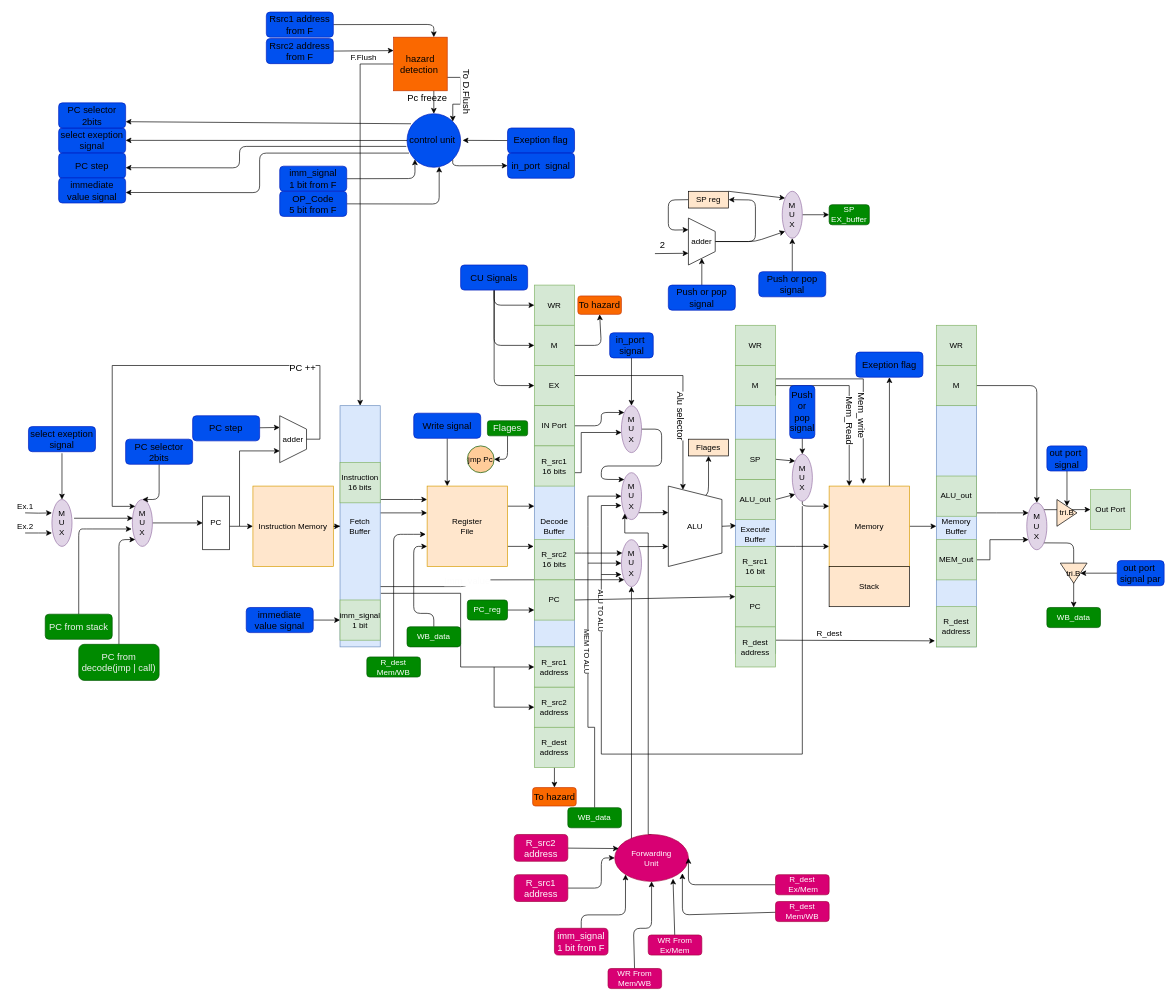
This is labeled_Schema.drawio from menna15/RISCPiP, a draw.io file, before an edit. Source tidied: cells renumbered, new cells numbered last; positions are measured from the earlier drawing's top-left corner, leaving out a move shared by most shapes. Both pictures are drawn from the tidied source at 67%, with x=0, y=0 at pixel (11, 11).
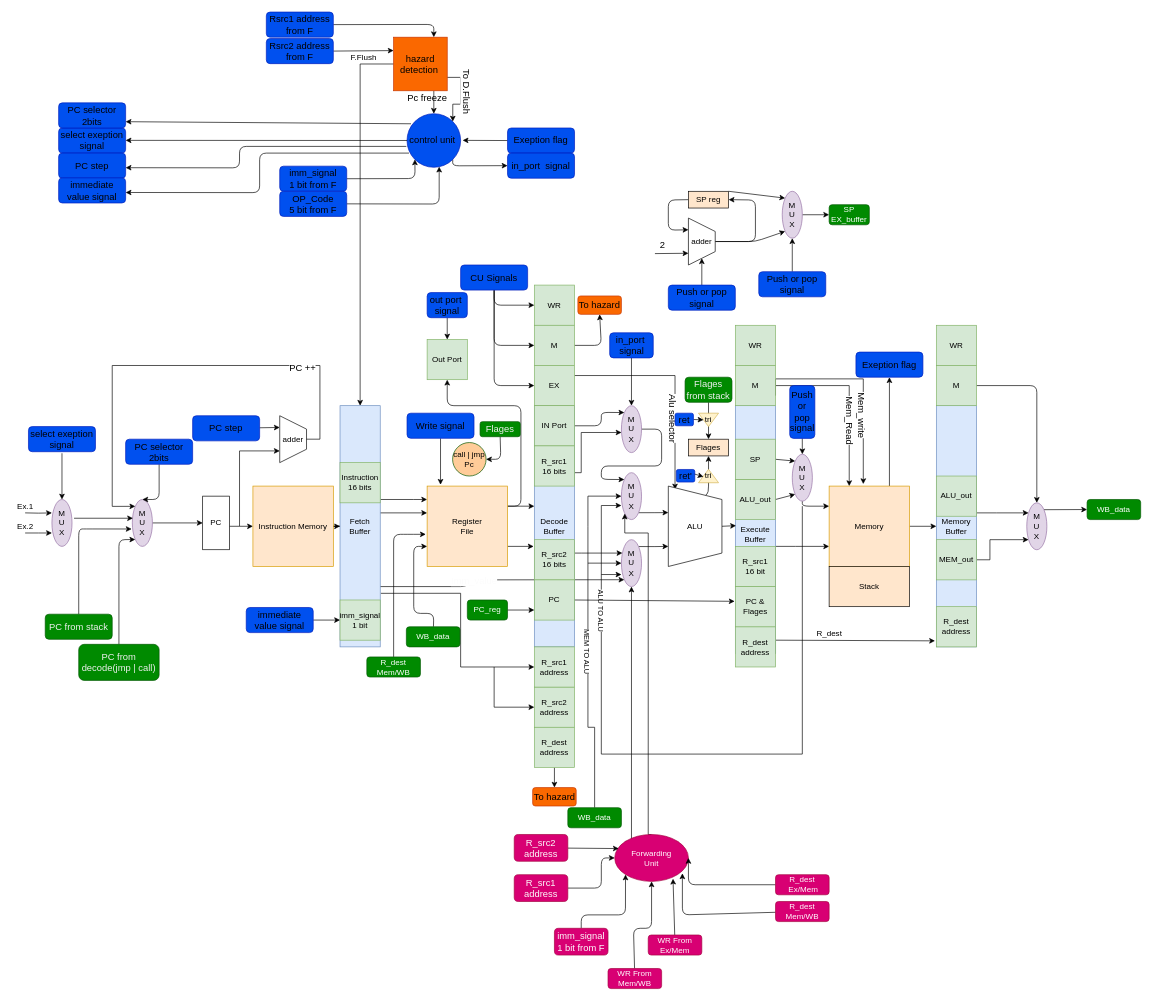
The same page after the edit.

Commit message:
still editing...

The change refers to these unchanged cells:
```xml
<mxCell id="9" style="edgeStyle=none;html=1;exitX=1;exitY=0.75;exitDx=0;exitDy=0;entryX=0;entryY=1;entryDx=0;entryDy=0;" parent="1" edge="1" source="11" target="37">
  <mxGeometry relative="1" as="geometry">
    <Array as="points">
      <mxPoint x="680" y="858" />
      <mxPoint x="680" y="848" />
    </Array>
  </mxGeometry>
</mxCell>
<mxCell id="23" value="&lt;div&gt;&lt;font color=&quot;#000000&quot;&gt;Register&lt;/font&gt;&lt;/div&gt;&lt;div&gt;&lt;font color=&quot;#000000&quot;&gt; File&lt;/font&gt;&lt;/div&gt;" style="whiteSpace=wrap;html=1;fillColor=#ffe6cc;strokeColor=#d79b00;" parent="1" vertex="1">
  <mxGeometry x="620" y="708" width="120" height="120" as="geometry" />
</mxCell>
<mxCell id="27" value="&lt;font color=&quot;#000000&quot;&gt;EX&lt;/font&gt;" style="whiteSpace=wrap;html=1;fillColor=#d5e8d4;strokeColor=#82b366;" parent="1" vertex="1">
  <mxGeometry x="780" y="528" width="60" height="60" as="geometry" />
</mxCell>
<mxCell id="33" value="ALU" style="shape=trapezoid;perimeter=trapezoidPerimeter;whiteSpace=wrap;html=1;fixedSize=1;direction=south;" parent="1" vertex="1">
  <mxGeometry x="980" y="708" width="80" height="120" as="geometry" />
</mxCell>
<mxCell id="65" value="&lt;div&gt;&lt;font color=&quot;#000000&quot;&gt;M&lt;/font&gt;&lt;/div&gt;&lt;div&gt;&lt;font color=&quot;#000000&quot;&gt;U&lt;/font&gt;&lt;/div&gt;&lt;div&gt;&lt;font color=&quot;#000000&quot;&gt;X&lt;/font&gt;&lt;/div&gt;" style="ellipse;whiteSpace=wrap;html=1;fillColor=#e1d5e7;strokeColor=#9673a6;" parent="1" vertex="1">
  <mxGeometry x="1515" y="733" width="30" height="70" as="geometry" />
</mxCell>
<mxCell id="96" value="&lt;font color=&quot;#000000&quot;&gt;Flages&lt;/font&gt;" style="rounded=0;whiteSpace=wrap;html=1;fillColor=#FFE6CC;" parent="1" vertex="1">
  <mxGeometry x="1010" y="638" width="60" height="25" as="geometry" />
</mxCell>
<mxCell id="119" value="&lt;font color=&quot;#000000&quot;&gt;PC&lt;br&gt;&lt;/font&gt;" style="whiteSpace=wrap;html=1;fillColor=#d5e8d4;strokeColor=#82b366;" parent="1" vertex="1">
  <mxGeometry x="780" y="848" width="60" height="60" as="geometry" />
</mxCell>
```

The edit, as a diff of the source:
```diff
@@
     <mxCell id="10" value="&lt;font color=&quot;#fcfcfc&quot; style=&quot;font-size: 14px&quot;&gt;Imm_value&lt;/font&gt;" style="edgeLabel;html=1;align=center;verticalAlign=middle;" parent="9" vertex="1">
       <mxGeometry x="-0.38" y="-3" relative="1" as="geometry">
-        <mxPoint x="13" y="-13" as="offset" />
+        <mxPoint x="23" y="-13" as="offset" />
       </mxGeometry>
     </mxCell>
@@
+    <mxCell id="205" style="edgeStyle=none;html=1;exitX=1;exitY=0.25;exitDx=0;exitDy=0;entryX=0.5;entryY=0;entryDx=0;entryDy=0;" parent="1" edge="1" source="23" target="134">
+      <mxGeometry relative="1" as="geometry">
+        <Array as="points">
+          <mxPoint x="760" y="738" />
+          <mxPoint x="760" y="588" />
+          <mxPoint x="650" y="588" />
+        </Array>
+      </mxGeometry>
+    </mxCell>
@@
-    <mxCell id="24" value="&lt;font color=&quot;#000000&quot;&gt;jmp Pc&lt;/font&gt;" style="ellipse;whiteSpace=wrap;html=1;strokeColor=#005700;fontColor=#ffffff;fillColor=#FFCC99;" parent="1" vertex="1">
-      <mxGeometry x="680" y="648" width="40" height="40" as="geometry" />
+    <mxCell id="24" value="&lt;font color=&quot;#000000&quot;&gt;call | jmp Pc&lt;/font&gt;" style="ellipse;whiteSpace=wrap;html=1;strokeColor=#005700;fontColor=#ffffff;fillColor=#FFCC99;" parent="1" vertex="1">
+      <mxGeometry x="658" y="643" width="50" height="50" as="geometry" />
     </mxCell>
-    <mxCell id="25" style="edgeStyle=orthogonalEdgeStyle;rounded=0;jettySize=auto;html=1;exitX=1;exitY=0.25;exitDx=0;exitDy=0;entryX=0;entryY=0.75;entryDx=0;entryDy=0;endArrow=classic;endFill=1;" parent="1" edge="1" source="27" target="33">
-      <mxGeometry relative="1" as="geometry" />
+    <mxCell id="25" style="edgeStyle=orthogonalEdgeStyle;rounded=0;jettySize=auto;html=1;exitX=1;exitY=0.25;exitDx=0;exitDy=0;endArrow=classic;endFill=1;" parent="1" edge="1" source="27">
+      <mxGeometry relative="1" as="geometry">
+        <mxPoint x="990" y="713" as="targetPoint" />
+        <Array as="points">
+          <mxPoint x="990" y="543" />
+          <mxPoint x="990" y="714" />
+        </Array>
+      </mxGeometry>
     </mxCell>
@@
-    <mxCell id="63" style="edgeStyle=none;html=1;exitX=1;exitY=1;exitDx=0;exitDy=0;entryX=0.5;entryY=0;entryDx=0;entryDy=0;" parent="1" edge="1" source="65" target="191">
-      <mxGeometry relative="1" as="geometry">
-        <Array as="points">
-          <mxPoint x="1585" y="793" />
-        </Array>
-      </mxGeometry>
-    </mxCell>
-    <mxCell id="64" style="edgeStyle=none;html=1;exitX=1;exitY=0;exitDx=0;exitDy=0;" parent="1" edge="1" source="65" target="134">
+    <mxCell id="64" style="edgeStyle=none;html=1;exitX=1;exitY=0;exitDx=0;exitDy=0;entryX=0;entryY=0.5;entryDx=0;entryDy=0;" parent="1" edge="1" source="65" target="191">
       <mxGeometry relative="1" as="geometry" />
     </mxCell>
@@
-    <mxCell id="75" style="edgeStyle=none;html=1;exitX=0.5;exitY=1;exitDx=0;exitDy=0;entryX=0.25;entryY=0;entryDx=0;entryDy=0;" parent="1" edge="1" source="152" target="23">
-      <mxGeometry relative="1" as="geometry" />
+    <mxCell id="75" style="edgeStyle=none;html=1;exitX=0.5;exitY=1;exitDx=0;exitDy=0;" parent="1" edge="1" source="152">
+      <mxGeometry relative="1" as="geometry">
+        <mxPoint x="640" y="706" as="targetPoint" />
+      </mxGeometry>
     </mxCell>
@@
-    <mxCell id="118" style="edgeStyle=none;html=1;exitX=1;exitY=0.5;exitDx=0;exitDy=0;entryX=0;entryY=0.25;entryDx=0;entryDy=0;" parent="1" edge="1" source="119" target="126">
-      <mxGeometry relative="1" as="geometry" />
+    <mxCell id="118" style="edgeStyle=none;html=1;exitX=1;exitY=0.5;exitDx=0;exitDy=0;" parent="1" edge="1" source="119">
+      <mxGeometry relative="1" as="geometry">
+        <mxPoint x="1079" y="880" as="targetPoint" />
+      </mxGeometry>
     </mxCell>
@@
-    <mxCell id="126" value="&lt;font color=&quot;#000000&quot;&gt;PC&lt;br&gt;&lt;/font&gt;" style="whiteSpace=wrap;html=1;fillColor=#d5e8d4;strokeColor=#82b366;" parent="1" vertex="1">
+    <mxCell id="126" value="&lt;font color=&quot;#000000&quot;&gt;PC &amp;amp; Flages&lt;br&gt;&lt;/font&gt;" style="whiteSpace=wrap;html=1;fillColor=#d5e8d4;strokeColor=#82b366;" parent="1" vertex="1">
       <mxGeometry x="1080" y="858" width="60" height="60" as="geometry" />
     </mxCell>
@@
     <mxCell id="134" value="&lt;font color=&quot;#000000&quot;&gt;Out Port&lt;/font&gt;" style="whiteSpace=wrap;html=1;fillColor=#d5e8d4;strokeColor=#82b366;direction=west;" parent="1" vertex="1">
-      <mxGeometry x="1610" y="713" width="60" height="60" as="geometry" />
+      <mxGeometry x="620" y="489.2" width="60" height="60" as="geometry" />
     </mxCell>
-    <mxCell id="135" value="&lt;font color=&quot;#000000&quot;&gt;tri.B&lt;/font&gt;" style="triangle;whiteSpace=wrap;html=1;fillColor=#FFE6CC;direction=south;" parent="1" vertex="1">
-      <mxGeometry x="1565" y="823" width="40" height="30" as="geometry" />
-    </mxCell>
-    <mxCell id="136" value="&lt;font color=&quot;#000000&quot;&gt;tri.B&lt;/font&gt;" style="triangle;whiteSpace=wrap;html=1;fillColor=#FFE6CC;direction=east;" parent="1" vertex="1">
-      <mxGeometry x="1560" y="728" width="30" height="40" as="geometry" />
-    </mxCell>
@@
     <mxCell id="152" value="&lt;span style=&quot;font-size: 14px&quot;&gt;&lt;font color=&quot;#000000&quot;&gt;Write signal&lt;/font&gt;&lt;/span&gt;" style="rounded=1;whiteSpace=wrap;html=1;fillColor=#0050ef;strokeColor=#001DBC;fontColor=#ffffff;" parent="1" vertex="1">
-      <mxGeometry x="600" y="599.2" width="100" height="37.5" as="geometry" />
+      <mxGeometry x="590" y="599.2" width="100" height="37.5" as="geometry" />
     </mxCell>
@@
     <mxCell id="173" style="edgeStyle=none;html=1;exitX=0.5;exitY=1;exitDx=0;exitDy=0;entryX=1;entryY=0.5;entryDx=0;entryDy=0;" parent="1" edge="1" source="174" target="24">
       <mxGeometry relative="1" as="geometry">
         <Array as="points">
-          <mxPoint x="740" y="668" />
+          <mxPoint x="730" y="668" />
         </Array>
       </mxGeometry>
     </mxCell>
     <mxCell id="174" value="&lt;span style=&quot;color: rgb(240 , 240 , 240) ; font-size: 14px&quot;&gt;Flages&lt;/span&gt;" style="rounded=1;whiteSpace=wrap;html=1;fillColor=#008a00;strokeColor=#005700;fontColor=#ffffff;" parent="1" vertex="1">
-      <mxGeometry x="710" y="610.5" width="60" height="22.5" as="geometry" />
+      <mxGeometry x="699" y="611.8" width="60" height="22.5" as="geometry" />
     </mxCell>
@@
     <mxCell id="191" value="WB_data" style="rounded=1;whiteSpace=wrap;html=1;fillColor=#008a00;strokeColor=#005700;fontColor=#ffffff;" parent="1" vertex="1">
-      <mxGeometry x="1545" y="889.2" width="80" height="30" as="geometry" />
+      <mxGeometry x="1605" y="728" width="80" height="30" as="geometry" />
     </mxCell>
-    <mxCell id="192" style="edgeStyle=none;html=1;entryX=0.5;entryY=0;entryDx=0;entryDy=0;" parent="1" edge="1" source="193" target="136">
-      <mxGeometry relative="1" as="geometry" />
-    </mxCell>
-    <mxCell id="193" value="&lt;span style=&quot;font-family: &amp;#34;helvetica&amp;#34; ; font-size: 14px&quot;&gt;&lt;font color=&quot;#000000&quot;&gt;out port&amp;nbsp; signal&lt;/font&gt;&lt;/span&gt;" style="rounded=1;whiteSpace=wrap;html=1;fillColor=#0050ef;strokeColor=#001DBC;fontColor=#ffffff;" parent="1" vertex="1">
-      <mxGeometry x="1545" y="648" width="60" height="37.5" as="geometry" />
-    </mxCell>
-    <mxCell id="194" style="edgeStyle=none;html=1;entryX=0.5;entryY=0;entryDx=0;entryDy=0;" parent="1" edge="1" source="195" target="135">
-      <mxGeometry relative="1" as="geometry" />
-    </mxCell>
-    <mxCell id="195" value="&lt;span style=&quot;font-family: &amp;#34;helvetica&amp;#34; ; font-size: 14px&quot;&gt;&lt;font color=&quot;#000000&quot;&gt;out port&amp;nbsp; signal par&lt;/font&gt;&lt;/span&gt;" style="rounded=1;whiteSpace=wrap;html=1;fillColor=#0050ef;strokeColor=#001DBC;fontColor=#ffffff;" parent="1" vertex="1">
-      <mxGeometry x="1650" y="819.2" width="70" height="37.5" as="geometry" />
-    </mxCell>
@@
     <mxCell id="197" value="WB_data" style="rounded=1;whiteSpace=wrap;html=1;fillColor=#008a00;strokeColor=#005700;fontColor=#ffffff;" parent="1" vertex="1">
-      <mxGeometry x="590" y="918" width="80" height="30" as="geometry" />
+      <mxGeometry x="589" y="918" width="80" height="30" as="geometry" />
     </mxCell>
@@
+    <mxCell id="206" style="edgeStyle=none;html=1;exitX=0.5;exitY=1;exitDx=0;exitDy=0;" parent="1" edge="1" source="193" target="134">
+      <mxGeometry relative="1" as="geometry" />
+    </mxCell>
+    <mxCell id="193" value="&lt;span style=&quot;font-family: &amp;#34;helvetica&amp;#34; ; font-size: 14px&quot;&gt;&lt;font color=&quot;#000000&quot;&gt;out port&amp;nbsp; signal&lt;/font&gt;&lt;/span&gt;" style="rounded=1;whiteSpace=wrap;html=1;fillColor=#0050ef;strokeColor=#001DBC;fontColor=#ffffff;" parent="1" vertex="1">
+      <mxGeometry x="620" y="419.2" width="60" height="37.5" as="geometry" />
+    </mxCell>
+    <mxCell id="207" style="edgeStyle=none;html=1;exitX=0.5;exitY=1;exitDx=0;exitDy=0;entryX=0.5;entryY=0;entryDx=0;entryDy=0;" parent="1" edge="1" source="208" target="96">
+      <mxGeometry relative="1" as="geometry" />
+    </mxCell>
+    <mxCell id="208" value="&lt;span style=&quot;color: rgb(240 , 240 , 240) ; font-size: 14px&quot;&gt;Flages from stack&lt;/span&gt;" style="rounded=1;whiteSpace=wrap;html=1;fillColor=#008a00;strokeColor=#005700;fontColor=#ffffff;" parent="1" vertex="1">
+      <mxGeometry x="1005" y="545.5" width="70" height="37.5" as="geometry" />
+    </mxCell>
+    <mxCell id="209" value="&lt;font color=&quot;#000000&quot;&gt;tri&lt;/font&gt;" style="triangle;whiteSpace=wrap;html=1;fillColor=#fff2cc;strokeColor=#d6b656;direction=south;" parent="1" vertex="1">
+      <mxGeometry x="1025" y="599.2" width="30" height="20" as="geometry" />
+    </mxCell>
+    <mxCell id="210" value="&lt;font color=&quot;#000000&quot;&gt;tri&lt;/font&gt;" style="triangle;whiteSpace=wrap;html=1;fillColor=#fff2cc;strokeColor=#d6b656;direction=north;" parent="1" vertex="1">
+      <mxGeometry x="1025" y="683" width="30" height="20" as="geometry" />
+    </mxCell>
+    <mxCell id="211" style="edgeStyle=none;html=1;exitX=1;exitY=0.5;exitDx=0;exitDy=0;entryX=0.5;entryY=1;entryDx=0;entryDy=0;" parent="1" edge="1" source="212" target="209">
+      <mxGeometry relative="1" as="geometry" />
+    </mxCell>
+    <mxCell id="212" value="&lt;span style=&quot;font-size: 14px&quot;&gt;&lt;font color=&quot;#000000&quot;&gt;ret&lt;/font&gt;&lt;/span&gt;" style="rounded=1;whiteSpace=wrap;html=1;fillColor=#0050ef;strokeColor=#001DBC;fontColor=#ffffff;" parent="1" vertex="1">
+      <mxGeometry x="990" y="599.2" width="27.5" height="18.8" as="geometry" />
+    </mxCell>
+    <mxCell id="213" style="edgeStyle=none;html=1;exitX=1;exitY=0.5;exitDx=0;exitDy=0;entryX=0.5;entryY=0;entryDx=0;entryDy=0;" parent="1" edge="1">
+      <mxGeometry relative="1" as="geometry">
+        <mxPoint x="1017.5" y="689.6" as="sourcePoint" />
+        <mxPoint x="1032.5" y="694" as="targetPoint" />
+      </mxGeometry>
+    </mxCell>
+    <mxCell id="214" value="&lt;span style=&quot;font-size: 14px&quot;&gt;&lt;font color=&quot;#000000&quot;&gt;ret'&lt;/font&gt;&lt;/span&gt;" style="rounded=1;whiteSpace=wrap;html=1;fillColor=#0050ef;strokeColor=#001DBC;fontColor=#ffffff;" parent="1" vertex="1">
+      <mxGeometry x="992" y="683.2" width="27.5" height="18.8" as="geometry" />
+    </mxCell>
```
